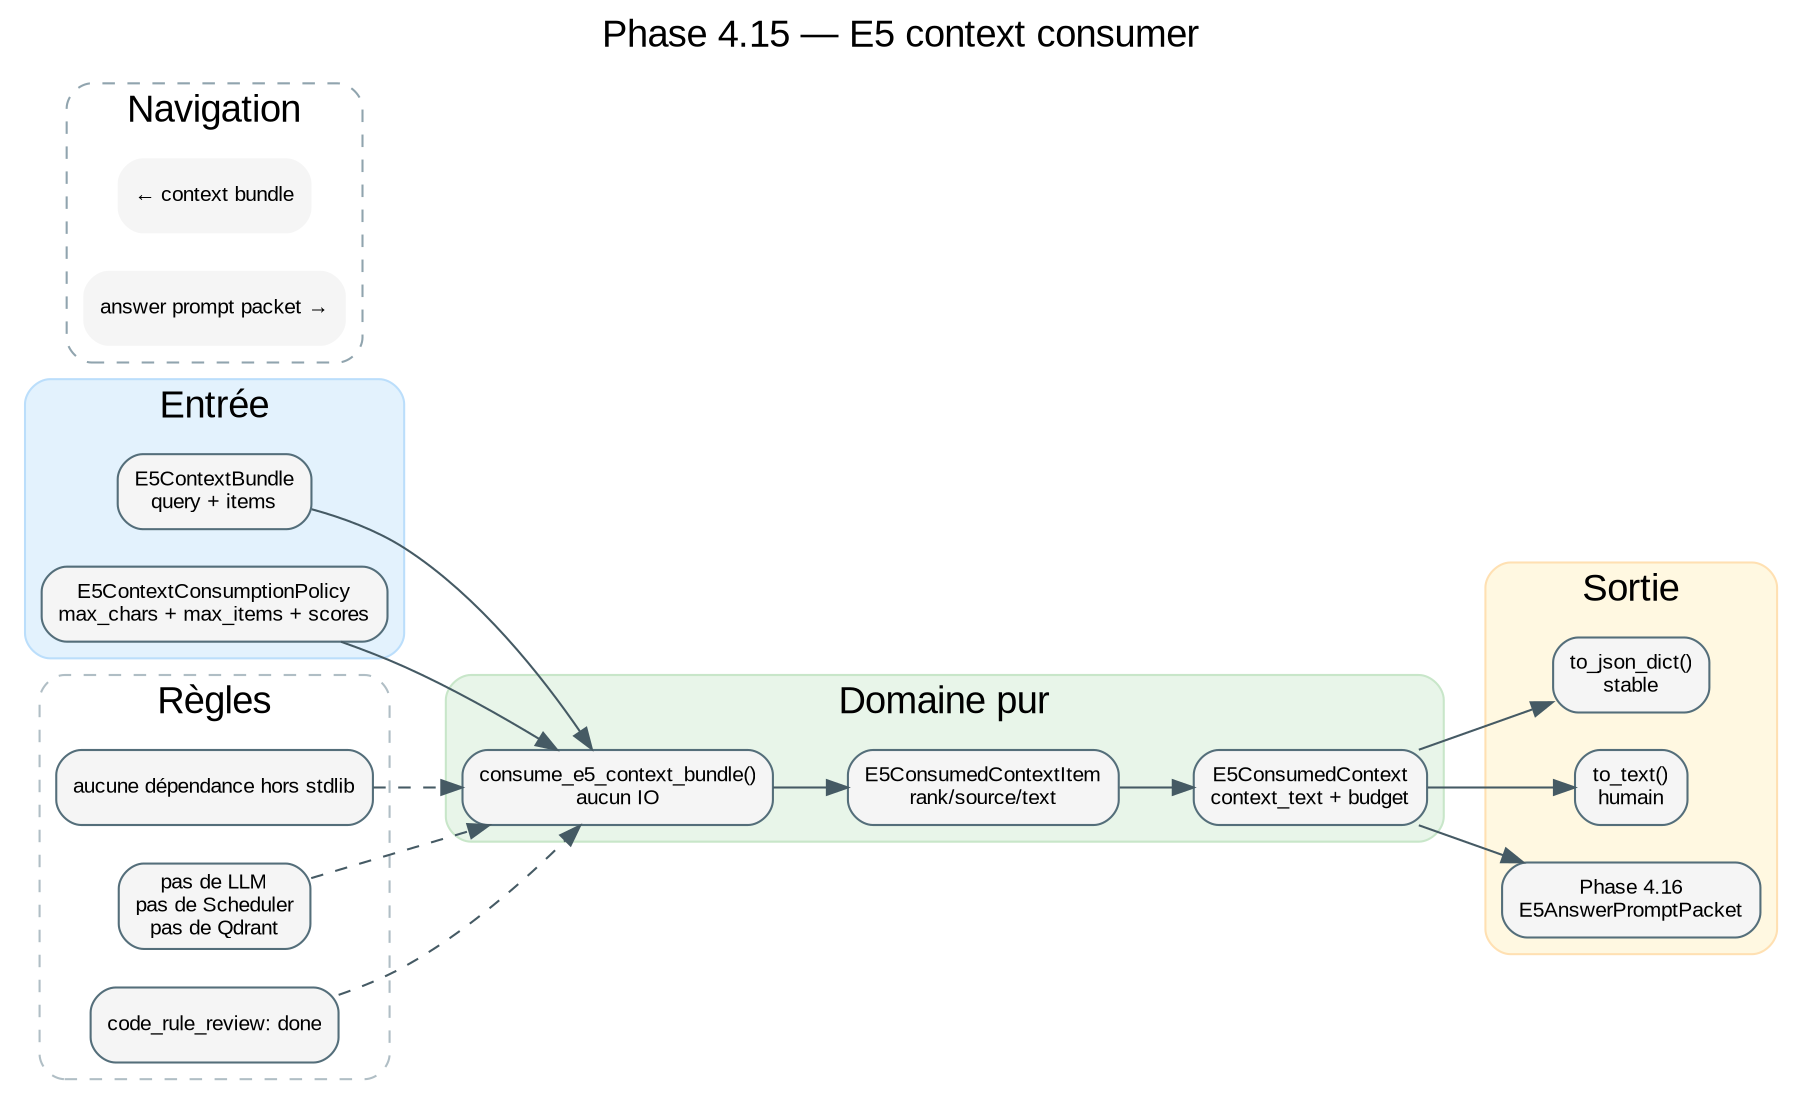
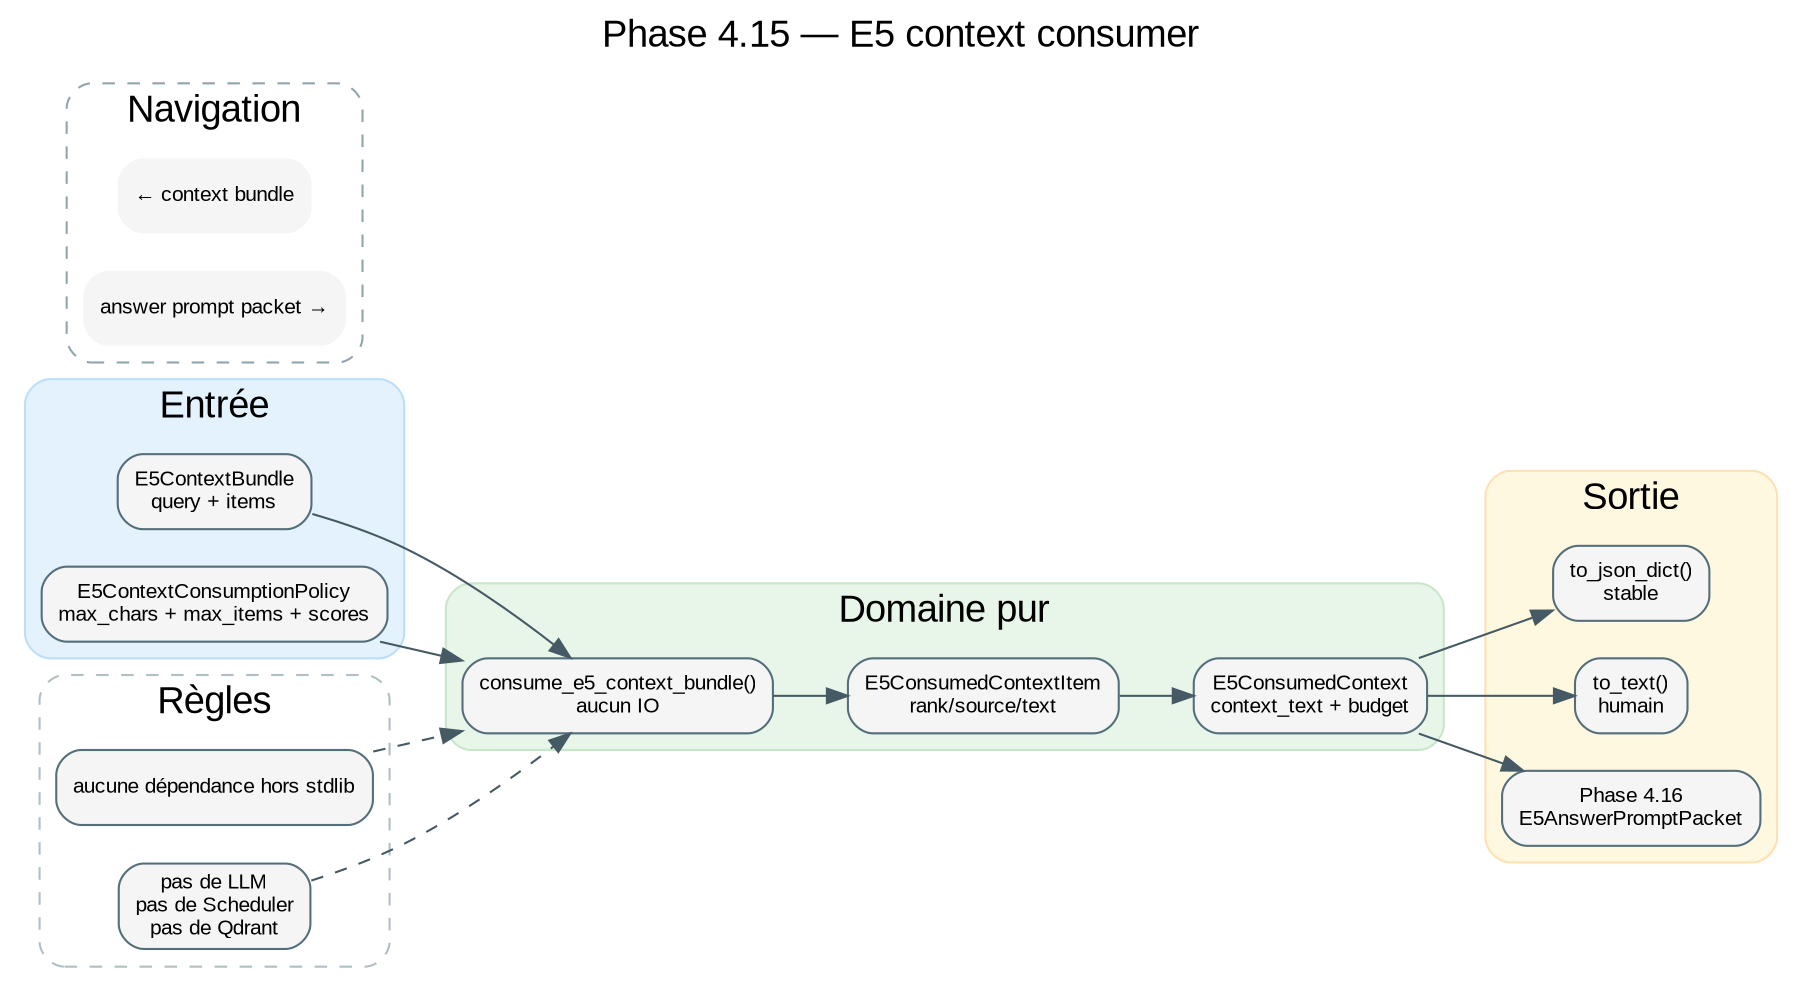
digraph E5ContextConsumer {
  graph [
    label="Phase 4.15 — E5 context consumer",
    labelloc=t,
    fontsize=18,
    fontname="Arial",
    rankdir=LR,
    bgcolor="#ffffff"
  ];

  node [shape=box, style="rounded,filled", fontname="Arial", fontsize=10, fillcolor="#f5f5f5", color="#546e7a"];
  edge [fontname="Arial", fontsize=9, color="#455a64"];

  // ROADMAP_PARENT: inference/68_e5_context_bundle.dot
  // ROADMAP_NEXT: inference/70_e5_answer_prompt_packet.dot

  subgraph cluster_input {
    label="Entrée";
    style="rounded,filled";
    color="#bbdefb";
    fillcolor="#e3f2fd";

    Bundle [label="E5ContextBundle\nquery + items", URL="68_e5_context_bundle.svg"];
    Policy [label="E5ContextConsumptionPolicy\nmax_chars + max_items + scores"];
  }

  subgraph cluster_domain {
    label="Domaine pur";
    style="rounded,filled";
    color="#c8e6c9";
    fillcolor="#e8f5e9";

    Consumer [label="consume_e5_context_bundle()\naucun IO"];
    Item [label="E5ConsumedContextItem\nrank/source/text"];
    Consumed [label="E5ConsumedContext\ncontext_text + budget"];
  }

  subgraph cluster_output {
    label="Sortie";
    style="rounded,filled";
    color="#ffe0b2";
    fillcolor="#fff8e1";

    Json [label="to_json_dict()\nstable"];
    Text [label="to_text()\nhumain"];
    Prompt [label="Phase 4.16\nE5AnswerPromptPacket", URL="70_e5_answer_prompt_packet.svg"];
  }

  subgraph cluster_rules {
    label="Règles";
    style="rounded,dashed";
    color="#b0bec5";

    NoDeps [label="aucune dépendance hors stdlib"];
    NoLLM [label="pas de LLM\npas de Scheduler\npas de Qdrant"];
-     CodeRule [label="code_rule_review: done"];
  }

  Bundle -> Consumer;
  Policy -> Consumer;
  Consumer -> Item;
  Item -> Consumed;
  Consumed -> Json;
  Consumed -> Text;
  Consumed -> Prompt;
  NoDeps -> Consumer [style=dashed];
  NoLLM -> Consumer [style=dashed];
-   CodeRule -> Consumer [style=dashed];

  subgraph cluster_navigation {
    label="Navigation";
    style="rounded,dashed";
    color="#90a4ae";

    Parent [label="← context bundle", shape=plaintext, URL="68_e5_context_bundle.svg"];
    Next [label="answer prompt packet →", shape=plaintext, URL="70_e5_answer_prompt_packet.svg"];
  }

  // HTML_DETAIL[phase4_15]: contexte consommé, budget déterministe, aucune génération.
}
